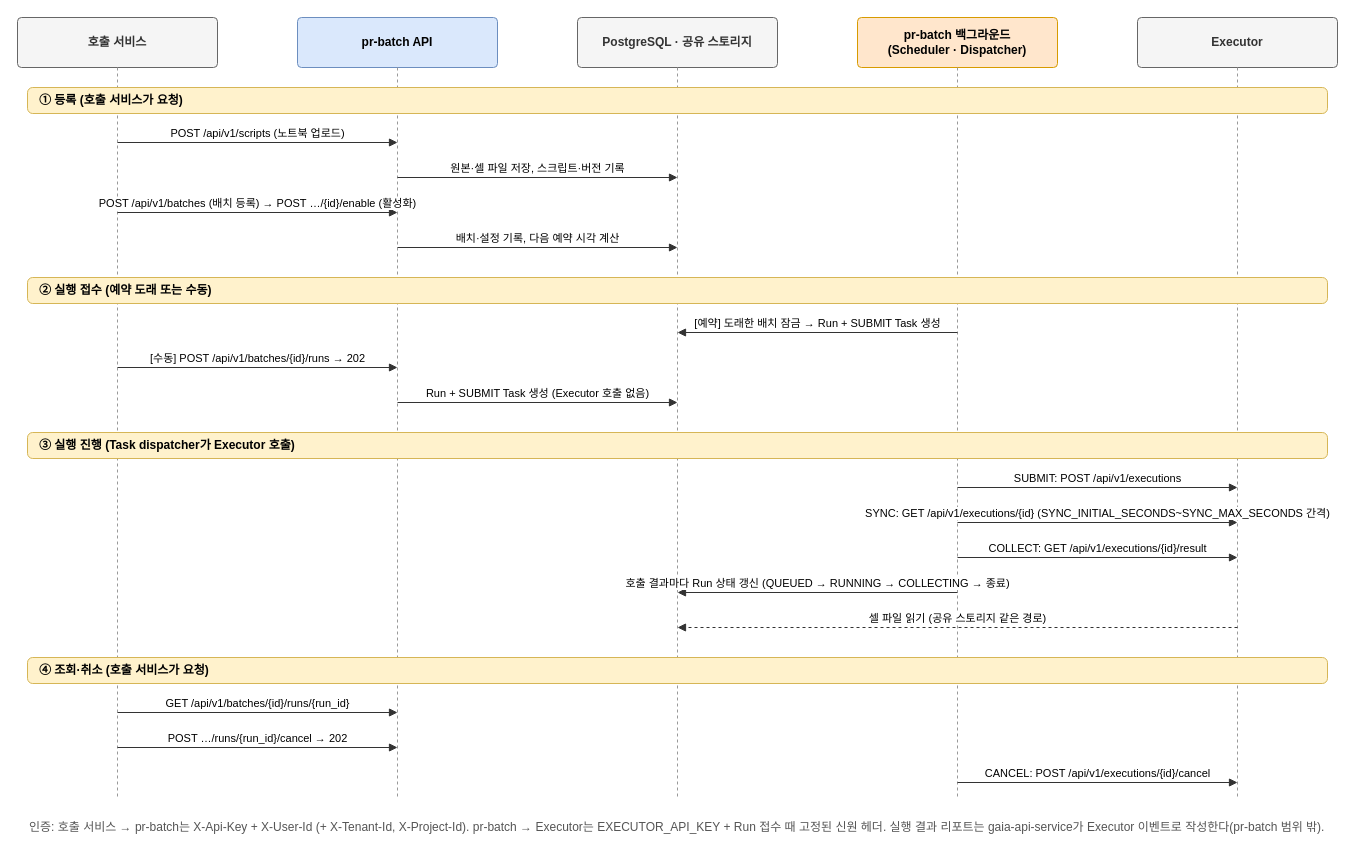
Before: docs/deliverables/operator-manual/pr-batch_인터페이스흐름도.drawio in KimHwaJin/pr-batch, a draw.io diagram. Source tidied: cells renumbered, new cells numbered last; positions are measured from the earlier drawing's top-left corner, leaving out a move shared by most shapes. Both pictures are drawn from the tidied source at 100%, with x=0, y=0 at pixel (17, 17).
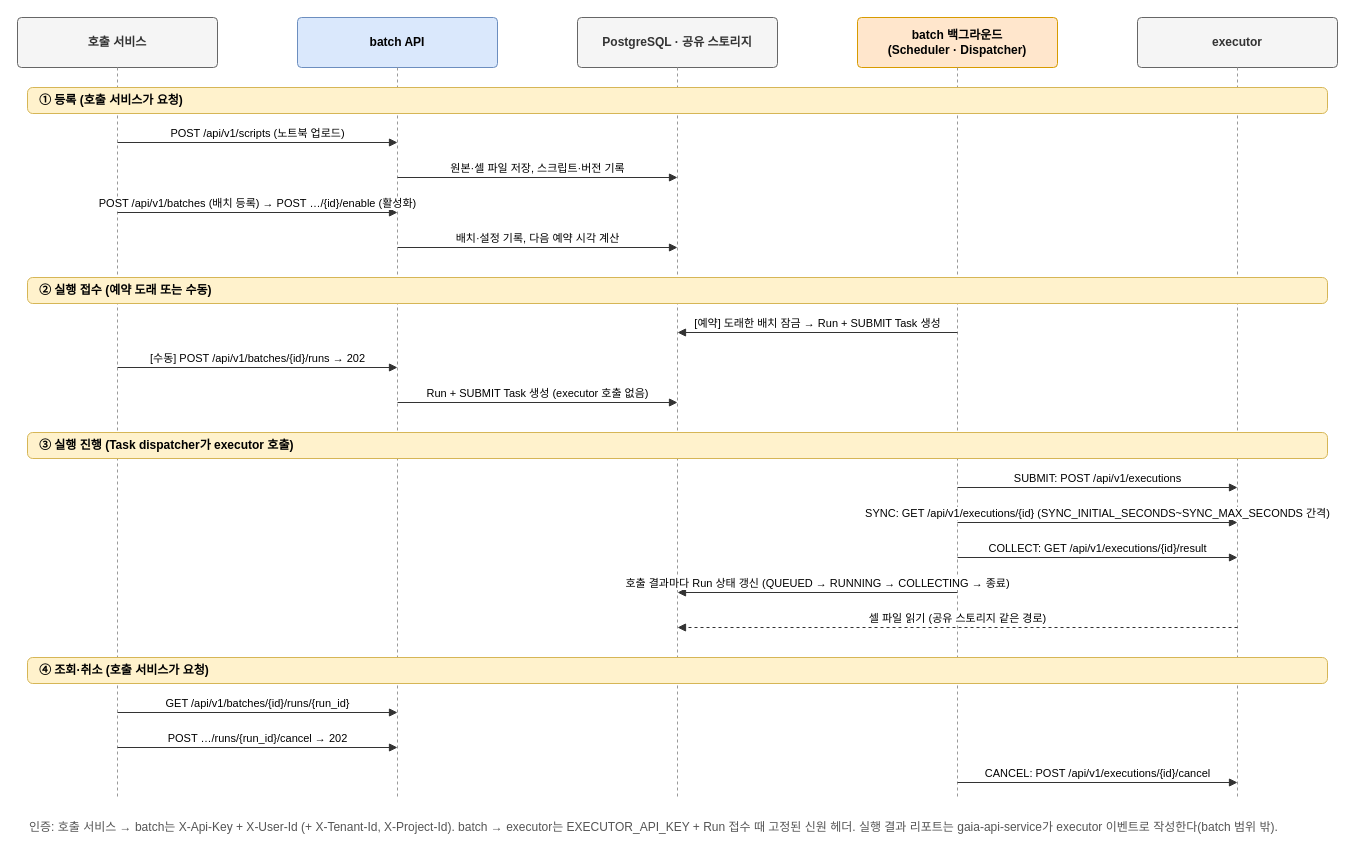
The same diagram, later.

Diff of the diagram source:
```diff
@@
-    <mxCell id="4" value="&lt;b&gt;pr-batch API&lt;/b&gt;" style="rounded=1;arcSize=8;whiteSpace=wrap;html=1;fontSize=12;fillColor=#dae8fc;strokeColor=#6c8ebf;" parent="1" vertex="1">
+    <mxCell id="4" value="&lt;b&gt;batch API&lt;/b&gt;" style="rounded=1;arcSize=8;whiteSpace=wrap;html=1;fontSize=12;fillColor=#dae8fc;strokeColor=#6c8ebf;" parent="1" vertex="1">
       <mxGeometry x="280" width="200" height="50" as="geometry" />
     </mxCell>
@@
-    <mxCell id="8" value="&lt;b&gt;pr-batch 백그라운드&lt;br&gt;(Scheduler · Dispatcher)&lt;/b&gt;" style="rounded=1;arcSize=8;whiteSpace=wrap;html=1;fontSize=12;fillColor=#ffe6cc;strokeColor=#d79b00;" parent="1" vertex="1">
+    <mxCell id="8" value="&lt;b&gt;batch 백그라운드&lt;br&gt;(Scheduler · Dispatcher)&lt;/b&gt;" style="rounded=1;arcSize=8;whiteSpace=wrap;html=1;fontSize=12;fillColor=#ffe6cc;strokeColor=#d79b00;" parent="1" vertex="1">
       <mxGeometry x="840" width="200" height="50" as="geometry" />
     </mxCell>
@@
-    <mxCell id="10" value="&lt;b&gt;Executor&lt;/b&gt;" style="rounded=1;arcSize=8;whiteSpace=wrap;html=1;fontSize=12;fillColor=#f5f5f5;strokeColor=#666666;fontColor=#333333;" parent="1" vertex="1">
+    <mxCell id="10" value="&lt;b&gt;executor&lt;/b&gt;" style="rounded=1;arcSize=8;whiteSpace=wrap;html=1;fontSize=12;fillColor=#f5f5f5;strokeColor=#666666;fontColor=#333333;" parent="1" vertex="1">
       <mxGeometry x="1120" width="200" height="50" as="geometry" />
     </mxCell>
@@
-    <mxCell id="20" value="Run + SUBMIT Task 생성 (Executor 호출 없음)" style="html=1;rounded=0;endArrow=block;endFill=1;strokeColor=#333333;fontSize=11;labelBackgroundColor=#ffffff;verticalAlign=bottom;" parent="1" edge="1">
+    <mxCell id="20" value="Run + SUBMIT Task 생성 (executor 호출 없음)" style="html=1;rounded=0;endArrow=block;endFill=1;strokeColor=#333333;fontSize=11;labelBackgroundColor=#ffffff;verticalAlign=bottom;" parent="1" edge="1">
       <mxGeometry relative="1" as="geometry">
         <mxPoint x="380" y="385" as="sourcePoint" />
         <mxPoint x="660" y="385" as="targetPoint" />
       </mxGeometry>
     </mxCell>
-    <mxCell id="21" value="③ 실행 진행 (Task dispatcher가 Executor 호출)" style="rounded=1;arcSize=8;whiteSpace=wrap;html=1;fontSize=12;fillColor=#fff2cc;strokeColor=#d6b656;fontStyle=1;align=left;spacingLeft=10;arcSize=20;" parent="1" vertex="1">
+    <mxCell id="21" value="③ 실행 진행 (Task dispatcher가 executor 호출)" style="rounded=1;arcSize=8;whiteSpace=wrap;html=1;fontSize=12;fillColor=#fff2cc;strokeColor=#d6b656;fontStyle=1;align=left;spacingLeft=10;arcSize=20;" parent="1" vertex="1">
       <mxGeometry x="10" y="415" width="1300" height="26" as="geometry" />
     </mxCell>
@@
-    <mxCell id="31" value="인증: 호출 서비스 → pr-batch는 X-Api-Key + X-User-Id (+ X-Tenant-Id, X-Project-Id). pr-batch → Executor는 EXECUTOR_API_KEY + Run 접수 때 고정된 신원 헤더. 실행 결과 리포트는 gaia-api-service가 Executor 이벤트로 작성한다(pr-batch 범위 밖)." style="rounded=1;arcSize=8;whiteSpace=wrap;html=1;fontSize=12;fillColor=none;strokeColor=none;align=left;fontColor=#555555;" parent="1" vertex="1">
+    <mxCell id="31" value="인증: 호출 서비스 → batch는 X-Api-Key + X-User-Id (+ X-Tenant-Id, X-Project-Id). batch → executor는 EXECUTOR_API_KEY + Run 접수 때 고정된 신원 헤더. 실행 결과 리포트는 gaia-api-service가 executor 이벤트로 작성한다(batch 범위 밖)." style="rounded=1;arcSize=8;whiteSpace=wrap;html=1;fontSize=12;fillColor=none;strokeColor=none;align=left;fontColor=#555555;" parent="1" vertex="1">
       <mxGeometry x="10" y="790" width="1300" height="40" as="geometry" />
     </mxCell>
```
